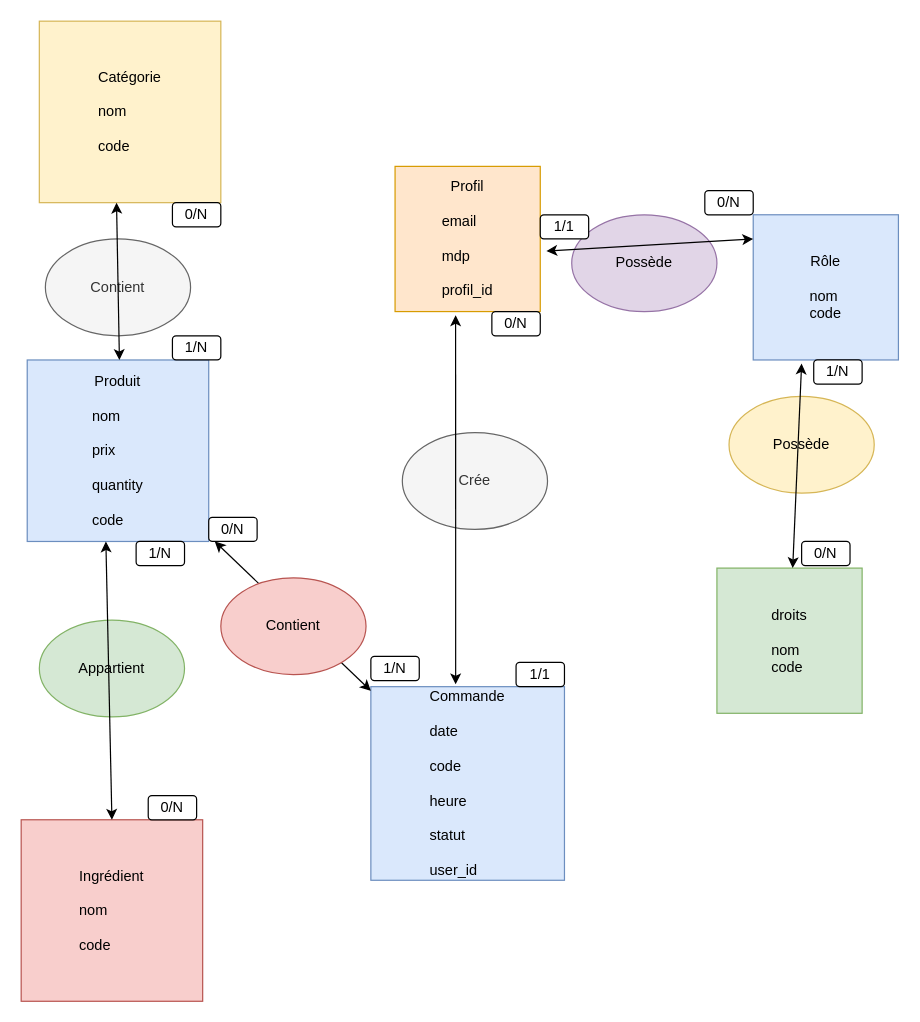
Before: Diagramme sans nom.drawio in EmileHENRY/Draw.io, a draw.io diagram. Source tidied: cells renumbered, new cells numbered last; positions are measured from the earlier drawing's top-left corner, leaving out a move shared by most shapes. Both pictures are drawn from the tidied source at 121%, with x=0, y=0 at pixel (21, 21).
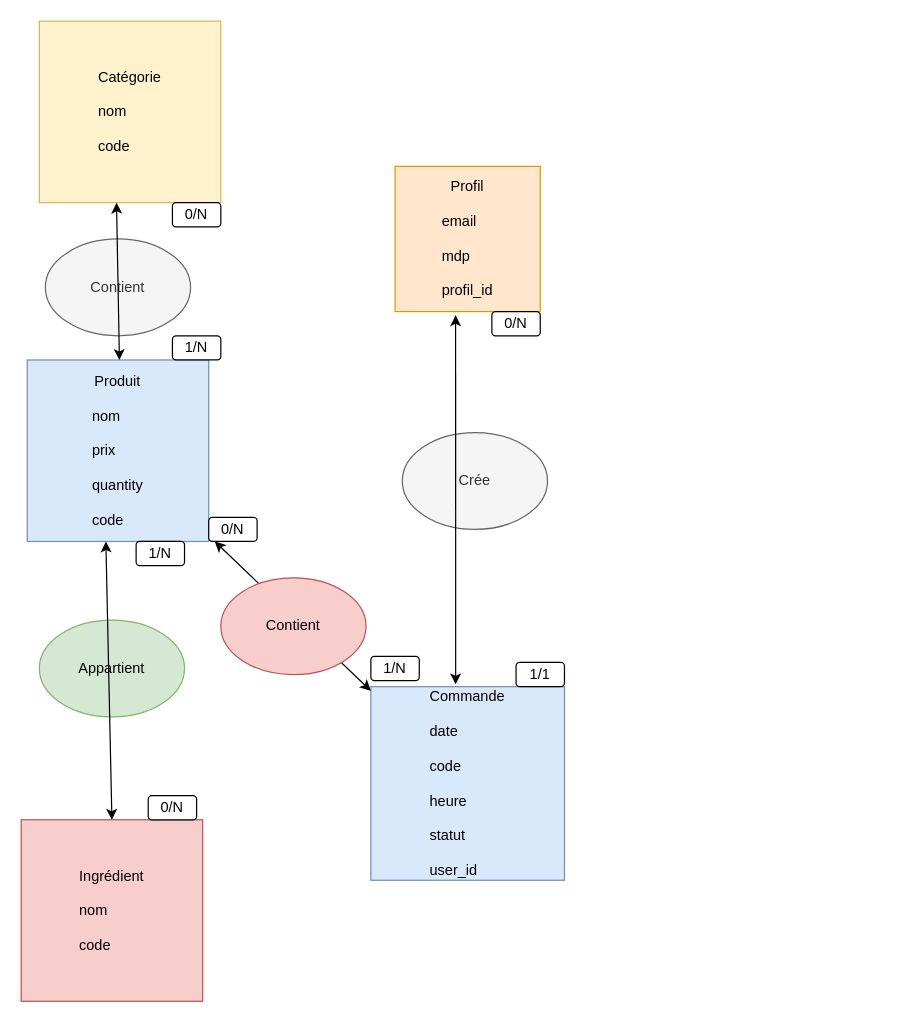
The same page after the edit.

Commit message:
Mettre à jour Diagramme MLD s07e06 drawio

Unchanged cells that the change refers to:
```xml
<mxCell id="2" value="Profil&lt;br&gt;&lt;br&gt;&lt;div style=&quot;text-align: justify;&quot;&gt;&lt;span style=&quot;background-color: initial;&quot;&gt;email&lt;/span&gt;&lt;/div&gt;&lt;div style=&quot;text-align: justify;&quot;&gt;&lt;br&gt;&lt;/div&gt;&lt;div style=&quot;text-align: justify;&quot;&gt;&lt;span style=&quot;background-color: initial;&quot;&gt;mdp&lt;/span&gt;&lt;/div&gt;&lt;div style=&quot;text-align: justify;&quot;&gt;&lt;br&gt;&lt;/div&gt;&lt;div style=&quot;text-align: justify;&quot;&gt;&lt;span style=&quot;background-color: initial;&quot;&gt;profil_id&lt;/span&gt;&lt;/div&gt;" style="whiteSpace=wrap;html=1;fillColor=#ffe6cc;strokeColor=#d79b00;" parent="1" vertex="1">
  <mxGeometry x="309" y="120" width="120" height="120" as="geometry" />
</mxCell>
```

Diff of the diagram source:
```diff
@@
-    <mxCell id="3" value="Rôle&lt;br&gt;&lt;div style=&quot;text-align: justify;&quot;&gt;&lt;br&gt;&lt;/div&gt;&lt;div style=&quot;text-align: justify;&quot;&gt;nom&lt;/div&gt;&lt;div style=&quot;text-align: justify;&quot;&gt;code&lt;/div&gt;" style="whiteSpace=wrap;html=1;fillColor=#dae8fc;strokeColor=#6c8ebf;" parent="1" vertex="1">
-      <mxGeometry x="605" y="160" width="120" height="120" as="geometry" />
-    </mxCell>
-    <mxCell id="4" value="droits&lt;br&gt;&lt;div style=&quot;text-align: justify;&quot;&gt;&lt;br&gt;&lt;/div&gt;&lt;div style=&quot;text-align: justify;&quot;&gt;nom&lt;/div&gt;&lt;div style=&quot;text-align: justify;&quot;&gt;code&lt;/div&gt;" style="whiteSpace=wrap;html=1;fillColor=#d5e8d4;strokeColor=#82b366;" parent="1" vertex="1">
-      <mxGeometry x="575" y="452" width="120" height="120" as="geometry" />
-    </mxCell>
@@
-    <mxCell id="12" value="Possède" style="ellipse;whiteSpace=wrap;html=1;fillColor=#e1d5e7;strokeColor=#9673a6;" parent="1" vertex="1">
-      <mxGeometry x="455" y="160" width="120" height="80" as="geometry" />
-    </mxCell>
-    <mxCell id="13" value="Possède" style="ellipse;whiteSpace=wrap;html=1;fillColor=#fff2cc;strokeColor=#d6b656;" parent="1" vertex="1">
-      <mxGeometry x="585" y="310" width="120" height="80" as="geometry" />
-    </mxCell>
@@
-    <mxCell id="16" style="endArrow=classic;startArrow=classic;html=1;rounded=0;exitX=1.042;exitY=0.583;exitDx=0;exitDy=0;exitPerimeter=0;" parent="1" edge="1" source="2">
-      <mxGeometry relative="1" as="geometry">
-        <mxPoint x="605" y="180" as="targetPoint" />
-      </mxGeometry>
-    </mxCell>
@@
-    <mxCell id="18" style="endArrow=classic;startArrow=classic;html=1;rounded=0;" parent="1" edge="1" source="4">
-      <mxGeometry relative="1" as="geometry">
-        <mxPoint x="645" y="283" as="targetPoint" />
-      </mxGeometry>
-    </mxCell>
@@
-    <mxCell id="29" value="1/1" style="rounded=1;whiteSpace=wrap;html=1;" parent="1" vertex="1">
-      <mxGeometry x="429" y="160" width="40" height="20" as="geometry" />
-    </mxCell>
-    <mxCell id="30" value="0/N" style="rounded=1;whiteSpace=wrap;html=1;" parent="1" vertex="1">
-      <mxGeometry x="565" y="140" width="40" height="20" as="geometry" />
-    </mxCell>
-    <mxCell id="31" value="1/N" style="rounded=1;whiteSpace=wrap;html=1;" parent="1" vertex="1">
-      <mxGeometry x="655" y="280" width="40" height="20" as="geometry" />
-    </mxCell>
-    <mxCell id="32" value="0/N" style="rounded=1;whiteSpace=wrap;html=1;" parent="1" vertex="1">
-      <mxGeometry x="645" y="430" width="40" height="20" as="geometry" />
-    </mxCell>
```
